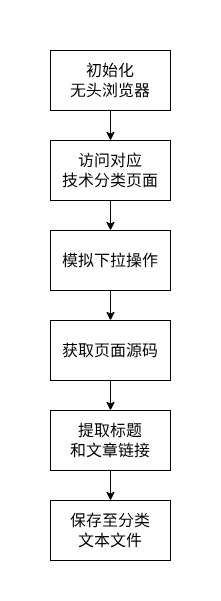
The draw.io diagram static/pic/flowchart/getlink.drawio.png in hongch666/mix-web-demo, before a commit. Source tidied: cells renumbered, new cells last; positions are measured from the earlier drawing's top-left corner, leaving out a move shared by most shapes.
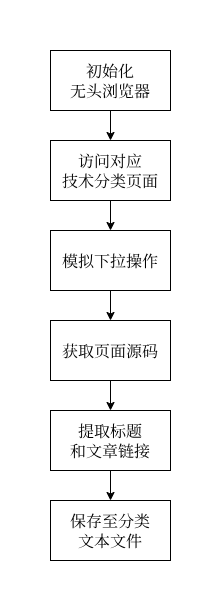
After the commit.

Diff of the diagram source:
```diff
@@ -2,51 +2,51 @@
   <root>
     <mxCell id="0" />
     <mxCell id="1" parent="0" />
-    <mxCell id="2" style="edgeStyle=none;html=1;exitX=0.5;exitY=1;exitDx=0;exitDy=0;entryX=0.5;entryY=0;entryDx=0;entryDy=0;" parent="1" edge="1" source="3" target="4">
+    <mxCell id="2" style="edgeStyle=none;html=1;exitX=0.5;exitY=1;exitDx=0;exitDy=0;entryX=0.5;entryY=0;entryDx=0;entryDy=0;fontFamily=宋体;" parent="1" edge="1" source="3" target="4">
       <mxGeometry relative="1" as="geometry" />
     </mxCell>
-    <mxCell id="3" value="初始化&lt;br&gt;无头浏览器" style="rounded=0;whiteSpace=wrap;html=1;fontSize=16;" parent="1" vertex="1">
+    <mxCell id="3" value="初始化&lt;br&gt;无头浏览器" style="rounded=0;whiteSpace=wrap;html=1;fontSize=16;fontFamily=宋体;" parent="1" vertex="1">
       <mxGeometry x="50" y="50" width="120" height="60" as="geometry" />
     </mxCell>
-    <mxCell id="4" value="访问对应&lt;br&gt;技术分类页面" style="rounded=0;whiteSpace=wrap;html=1;fontSize=16;" parent="1" vertex="1">
+    <mxCell id="4" value="访问对应&lt;br&gt;技术分类页面" style="rounded=0;whiteSpace=wrap;html=1;fontSize=16;fontFamily=宋体;" parent="1" vertex="1">
       <mxGeometry x="50" y="140" width="120" height="60" as="geometry" />
     </mxCell>
-    <mxCell id="5" style="edgeStyle=none;html=1;exitX=0.5;exitY=1;exitDx=0;exitDy=0;entryX=0.5;entryY=0;entryDx=0;entryDy=0;" parent="1" edge="1" target="7">
+    <mxCell id="5" style="edgeStyle=none;html=1;exitX=0.5;exitY=1;exitDx=0;exitDy=0;entryX=0.5;entryY=0;entryDx=0;entryDy=0;fontFamily=宋体;" parent="1" edge="1" target="7">
       <mxGeometry relative="1" as="geometry">
         <mxPoint x="110" y="200" as="sourcePoint" />
       </mxGeometry>
     </mxCell>
-    <mxCell id="6" style="edgeStyle=none;html=1;exitX=0.5;exitY=1;exitDx=0;exitDy=0;entryX=0.5;entryY=0;entryDx=0;entryDy=0;" parent="1" edge="1" source="7" target="9">
+    <mxCell id="6" style="edgeStyle=none;html=1;exitX=0.5;exitY=1;exitDx=0;exitDy=0;entryX=0.5;entryY=0;entryDx=0;entryDy=0;fontFamily=宋体;" parent="1" edge="1" source="7" target="9">
       <mxGeometry relative="1" as="geometry" />
     </mxCell>
-    <mxCell id="7" value="模拟下拉操作" style="rounded=0;whiteSpace=wrap;html=1;fontSize=16;" parent="1" vertex="1">
+    <mxCell id="7" value="模拟下拉操作" style="rounded=0;whiteSpace=wrap;html=1;fontSize=16;fontFamily=宋体;" parent="1" vertex="1">
       <mxGeometry x="50" y="230" width="120" height="60" as="geometry" />
     </mxCell>
-    <mxCell id="8" style="edgeStyle=none;html=1;exitX=0.5;exitY=1;exitDx=0;exitDy=0;entryX=0.5;entryY=0;entryDx=0;entryDy=0;" parent="1" edge="1" source="9" target="11">
+    <mxCell id="8" style="edgeStyle=none;html=1;exitX=0.5;exitY=1;exitDx=0;exitDy=0;entryX=0.5;entryY=0;entryDx=0;entryDy=0;fontFamily=宋体;" parent="1" edge="1" source="9" target="11">
       <mxGeometry relative="1" as="geometry" />
     </mxCell>
-    <mxCell id="9" value="获取页面源码" style="rounded=0;whiteSpace=wrap;html=1;fontSize=16;" parent="1" vertex="1">
+    <mxCell id="9" value="获取页面源码" style="rounded=0;whiteSpace=wrap;html=1;fontSize=16;fontFamily=宋体;" parent="1" vertex="1">
       <mxGeometry x="50" y="320" width="120" height="60" as="geometry" />
     </mxCell>
-    <mxCell id="10" style="edgeStyle=none;html=1;exitX=0.5;exitY=1;exitDx=0;exitDy=0;entryX=0.5;entryY=0;entryDx=0;entryDy=0;" parent="1" edge="1" source="11" target="12">
+    <mxCell id="10" style="edgeStyle=none;html=1;exitX=0.5;exitY=1;exitDx=0;exitDy=0;entryX=0.5;entryY=0;entryDx=0;entryDy=0;fontFamily=宋体;" parent="1" edge="1" source="11" target="12">
       <mxGeometry relative="1" as="geometry" />
     </mxCell>
-    <mxCell id="11" value="提取标题&lt;br&gt;和文章链接" style="rounded=0;whiteSpace=wrap;html=1;fontSize=16;" parent="1" vertex="1">
+    <mxCell id="11" value="提取标题&lt;br&gt;和文章链接" style="rounded=0;whiteSpace=wrap;html=1;fontSize=16;fontFamily=宋体;" parent="1" vertex="1">
       <mxGeometry x="50" y="410" width="120" height="60" as="geometry" />
     </mxCell>
-    <mxCell id="12" value="保存至分类&lt;br&gt;文本文件" style="rounded=0;whiteSpace=wrap;html=1;fontSize=16;" parent="1" vertex="1">
+    <mxCell id="12" value="保存至分类&lt;br&gt;文本文件" style="rounded=0;whiteSpace=wrap;html=1;fontSize=16;fontFamily=宋体;" parent="1" vertex="1">
       <mxGeometry x="50" y="500" width="120" height="60" as="geometry" />
     </mxCell>
-    <mxCell id="13" style="rounded=0;whiteSpace=wrap;html=1;textOpacity=0;labelBorderColor=light-dark(#000000,#FFFFFF);fontColor=none;noLabel=1;strokeColor=none;" parent="1" vertex="1">
+    <mxCell id="13" style="rounded=0;whiteSpace=wrap;html=1;textOpacity=0;labelBorderColor=light-dark(#000000,#FFFFFF);fontColor=none;noLabel=1;strokeColor=none;fontFamily=宋体;" parent="1" vertex="1">
       <mxGeometry x="105" width="10" height="30" as="geometry" />
     </mxCell>
-    <mxCell id="14" style="rounded=0;whiteSpace=wrap;html=1;textOpacity=0;labelBorderColor=light-dark(#000000,#FFFFFF);fontColor=none;noLabel=1;strokeColor=none;" parent="1" vertex="1">
+    <mxCell id="14" style="rounded=0;whiteSpace=wrap;html=1;textOpacity=0;labelBorderColor=light-dark(#000000,#FFFFFF);fontColor=none;noLabel=1;strokeColor=none;fontFamily=宋体;" parent="1" vertex="1">
       <mxGeometry y="190" width="10" height="30" as="geometry" />
     </mxCell>
-    <mxCell id="15" style="rounded=0;whiteSpace=wrap;html=1;textOpacity=0;labelBorderColor=light-dark(#000000,#FFFFFF);fontColor=none;noLabel=1;strokeColor=none;" parent="1" vertex="1">
+    <mxCell id="15" style="rounded=0;whiteSpace=wrap;html=1;textOpacity=0;labelBorderColor=light-dark(#000000,#FFFFFF);fontColor=none;noLabel=1;strokeColor=none;fontFamily=宋体;" parent="1" vertex="1">
       <mxGeometry x="210" y="180" width="10" height="30" as="geometry" />
     </mxCell>
-    <mxCell id="16" style="rounded=0;whiteSpace=wrap;html=1;textOpacity=0;labelBorderColor=light-dark(#000000,#FFFFFF);fontColor=none;noLabel=1;strokeColor=none;" parent="1" vertex="1">
+    <mxCell id="16" style="rounded=0;whiteSpace=wrap;html=1;textOpacity=0;labelBorderColor=light-dark(#000000,#FFFFFF);fontColor=none;noLabel=1;strokeColor=none;fontFamily=宋体;" parent="1" vertex="1">
       <mxGeometry x="105" y="570" width="10" height="30" as="geometry" />
     </mxCell>
   </root>
```
